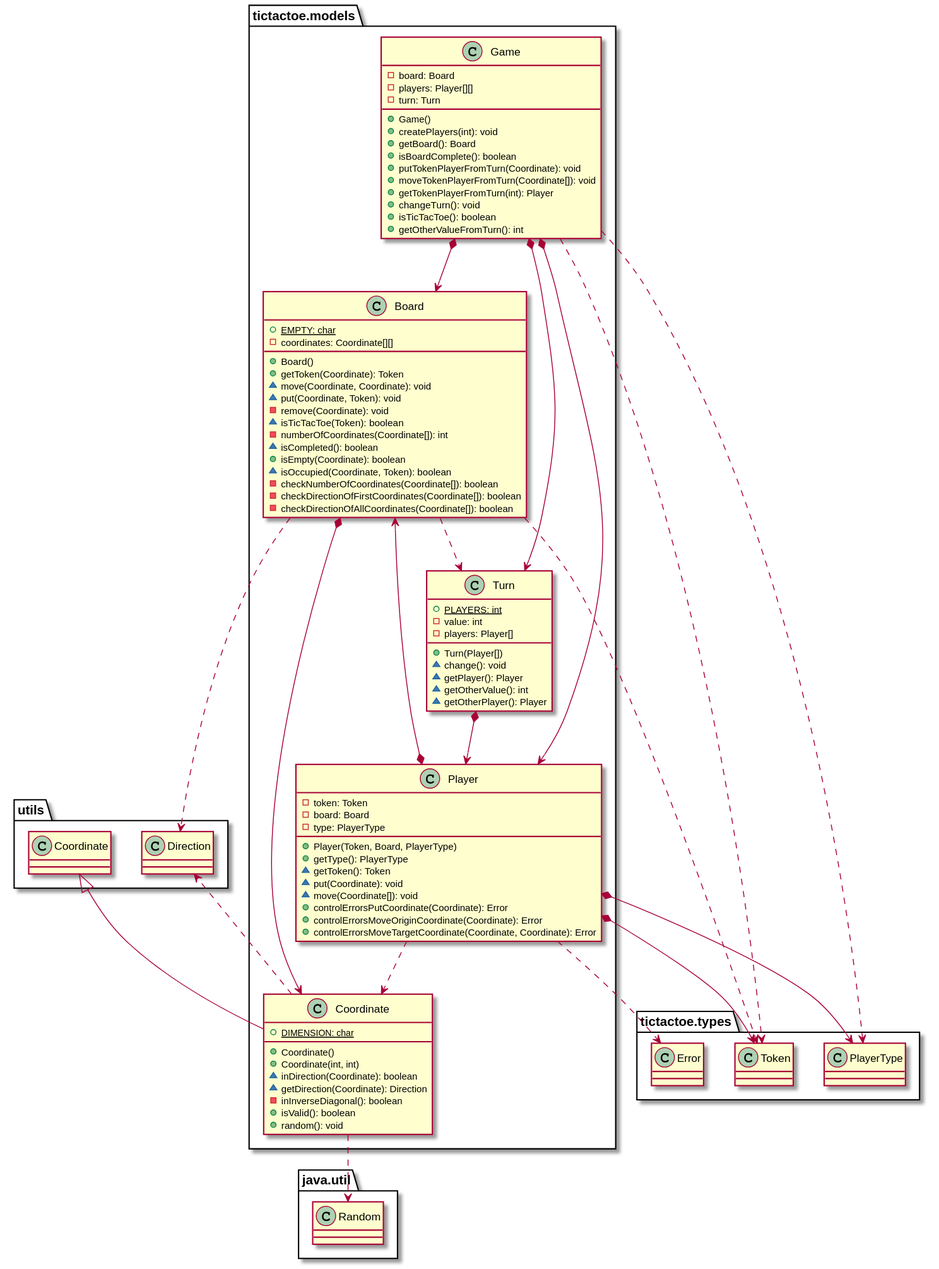
This is docs/build/docs/asciidoc/images/tictactoeModelsVersion5.svg from x-USantaTecla-game-ticTacToe/java, a PlantUML export, as it was before one commit. Its diagram source:
```plantuml
@startuml

class  tictactoe.models.Board{
+ {static} EMPTY: char
- coordinates: Coordinate[][]
+ Board()
+ getToken(Coordinate): Token
~ move(Coordinate, Coordinate): void
~ put(Coordinate, Token): void
- remove(Coordinate): void
~ isTicTacToe(Token): boolean
- numberOfCoordinates(Coordinate[]): int
~ isCompleted(): boolean
+ isEmpty(Coordinate): boolean
~ isOccupied(Coordinate, Token): boolean
- checkNumberOfCoordinates(Coordinate[]): boolean
- checkDirectionOfFirstCoordinates(Coordinate[]): boolean
- checkDirectionOfAllCoordinates(Coordinate[]): boolean
}
tictactoe.models.Board *-down-> tictactoe.models.Coordinate
tictactoe.models.Board ..> tictactoe.types.Token
tictactoe.models.Board ..> tictactoe.models.Turn
tictactoe.models.Board ..> utils.Direction

class  tictactoe.models.Coordinate{
+ {static} DIMENSION: char
+ Coordinate()
+ Coordinate(int, int)
~ inDirection(Coordinate): boolean
~ getDirection(Coordinate): Direction
- inInverseDiagonal(): boolean
+ isValid(): boolean
+ random(): void
}
utils.Coordinate <|-down- tictactoe.models.Coordinate
tictactoe.models.Coordinate ..> utils.Direction
tictactoe.models.Coordinate ..> java.util.Random

class  tictactoe.models.Game{
- board: Board
- players: Player[][]
- turn: Turn
+ Game()
+ createPlayers(int): void
+ getBoard(): Board
+ isBoardComplete(): boolean
+ putTokenPlayerFromTurn(Coordinate): void
+ moveTokenPlayerFromTurn(Coordinate[]): void
+ getTokenPlayerFromTurn(int): Player
+ changeTurn(): void
+ isTicTacToe(): boolean
+ getOtherValueFromTurn(): int
}
tictactoe.models.Game *-down-> tictactoe.models.Board
tictactoe.models.Game *-down-> tictactoe.models.Player
tictactoe.models.Game *-down-> tictactoe.models.Turn
tictactoe.models.Game ..> tictactoe.types.Token
tictactoe.models.Game ..> tictactoe.types.PlayerType

class  tictactoe.models.Player{
- token: Token
- board: Board
- type: PlayerType
+ Player(Token, Board, PlayerType)
+ getType(): PlayerType
~ getToken(): Token
~ put(Coordinate): void
~ move(Coordinate[]): void
+ controlErrorsPutCoordinate(Coordinate): Error
+ controlErrorsMoveOriginCoordinate(Coordinate): Error
+ controlErrorsMoveTargetCoordinate(Coordinate, Coordinate): Error
}
tictactoe.models.Player *-down-> tictactoe.types.Token
tictactoe.models.Player *-down-> tictactoe.models.Board
tictactoe.models.Player *-down-> tictactoe.types.PlayerType
tictactoe.models.Player ..> tictactoe.models.Coordinate
tictactoe.models.Player ..> tictactoe.types.Error

class  tictactoe.models.Turn{
+ {static} PLAYERS: int
- value: int
- players: Player[]
+ Turn(Player[])
~ change(): void
~ getPlayer(): Player
~ getOtherValue(): int
~ getOtherPlayer(): Player
}
tictactoe.models.Turn *-down-> tictactoe.models.Player

@enduml
```
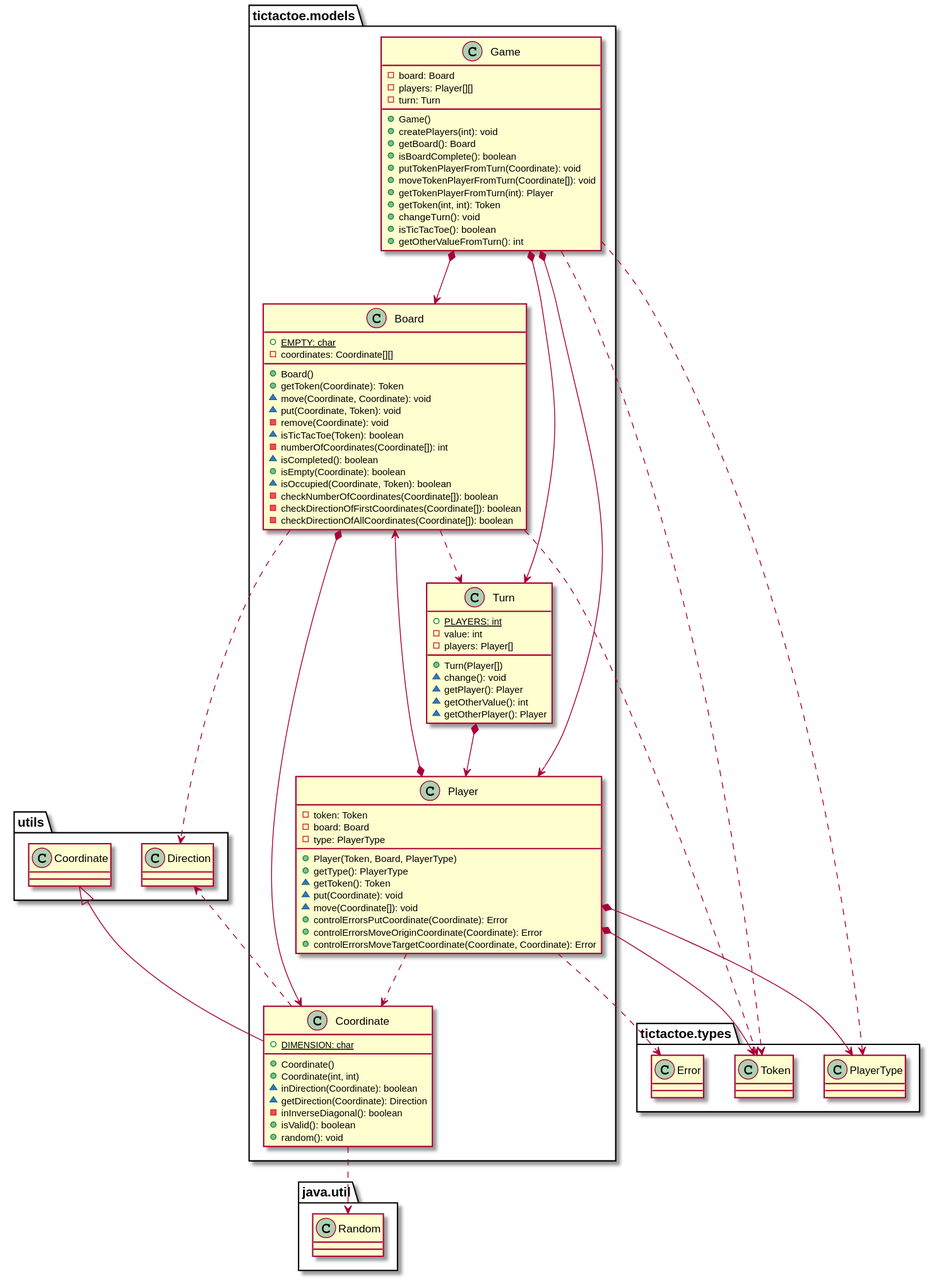
Above is the later version.

What changed in the source:
```diff
@@ -47,6 +47,7 @@
 + putTokenPlayerFromTurn(Coordinate): void
 + moveTokenPlayerFromTurn(Coordinate[]): void
 + getTokenPlayerFromTurn(int): Player
++ getToken(int, int): Token
 + changeTurn(): void
 + isTicTacToe(): boolean
 + getOtherValueFromTurn(): int
```
